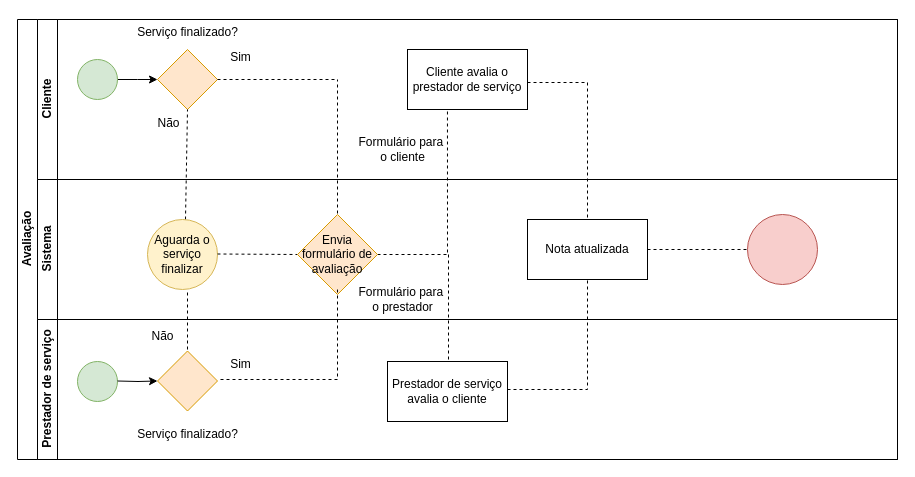
Before: Avaliação.drawio in wholocked1/projeto_eng_software_041, a draw.io diagram. Source tidied: cells renumbered, new cells numbered last; positions are measured from the earlier drawing's top-left corner, leaving out a move shared by most shapes. Both pictures are drawn from the tidied source at 100%, with x=0, y=0 at pixel (17, 17).
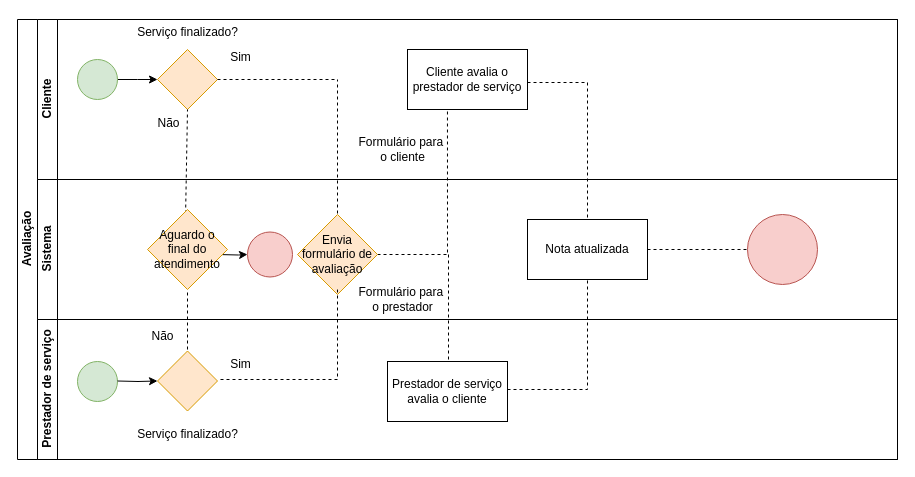
The same diagram, later.

Unchanged cells that the change refers to:
```xml
<mxCell id="13" value="Sistema" style="swimlane;html=1;startSize=20;horizontal=0;" parent="2" vertex="1">
  <mxGeometry x="20" y="160" width="860" height="140" as="geometry" />
</mxCell>
<mxCell id="21" value="Envia formulário de avaliação" style="rhombus;whiteSpace=wrap;html=1;fillColor=#ffe6cc;strokeColor=#d79b00;" parent="13" vertex="1">
  <mxGeometry x="260" y="35" width="80" height="80" as="geometry" />
</mxCell>
```

Diff of the diagram source:
```diff
@@
-    <mxCell id="15" value="Aguarda o serviço finalizar" style="ellipse;whiteSpace=wrap;html=1;fillColor=#fff2cc;strokeColor=#d6b656;" parent="13" vertex="1">
-      <mxGeometry x="110" y="40" width="70" height="70" as="geometry" />
-    </mxCell>
-    <mxCell id="16" style="endArrow=none;dashed=1;html=1;rounded=0;entryX=0;entryY=0.5;entryDx=0;entryDy=0;" parent="13" edge="1" target="21">
-      <mxGeometry relative="1" as="geometry">
-        <mxPoint x="180" y="74.5" as="sourcePoint" />
-      </mxGeometry>
-    </mxCell>
@@
+    <mxCell id="37" style="ellipse;whiteSpace=wrap;html=1;fillColor=#f8cecc;strokeColor=#b85450;" parent="13" vertex="1">
+      <mxGeometry x="210" y="52.5" width="45" height="45" as="geometry" />
+    </mxCell>
+    <mxCell id="38" style="edgeStyle=orthogonalEdgeStyle;rounded=0;jettySize=auto;html=1;exitX=1;exitY=0.5;exitDx=0;exitDy=0;" parent="13" edge="1" target="37">
+      <mxGeometry relative="1" as="geometry">
+        <mxPoint x="180" y="75" as="sourcePoint" />
+      </mxGeometry>
+    </mxCell>
+    <mxCell id="39" value="Aguardo o final do atendimento" style="rhombus;whiteSpace=wrap;html=1;fillColor=#ffe6cc;strokeColor=#d79b00;" parent="13" vertex="1">
+      <mxGeometry x="110" y="30" width="80" height="80" as="geometry" />
+    </mxCell>
```
